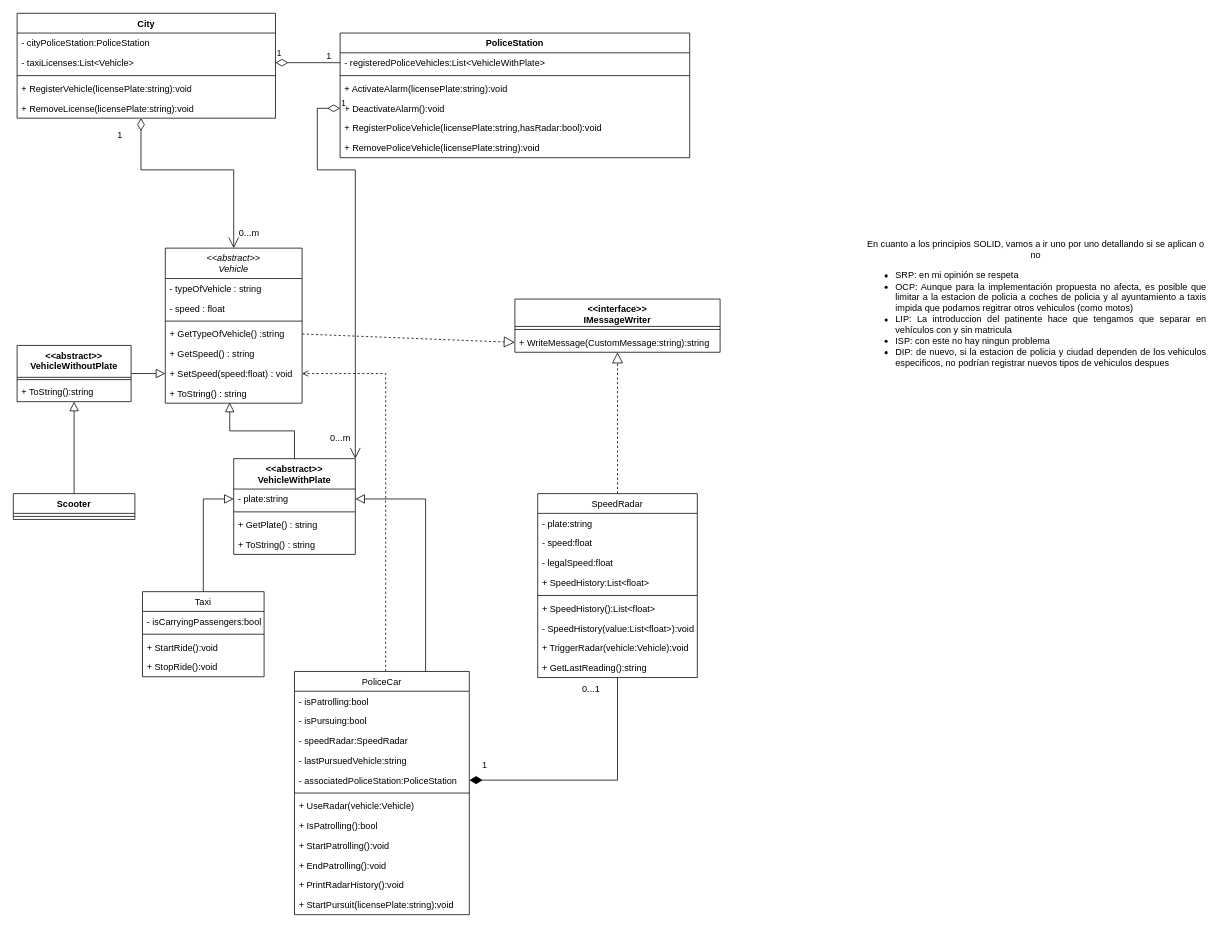
Before: final_diagram.drawio in sjrom47/Programming-Paradigms-and-techniques-L2, a draw.io diagram. Source tidied: cells renumbered, new cells numbered last; positions are measured from the earlier drawing's top-left corner, leaving out a move shared by most shapes. Both pictures are drawn from the tidied source at 76%, with x=0, y=0 at pixel (13, 13).
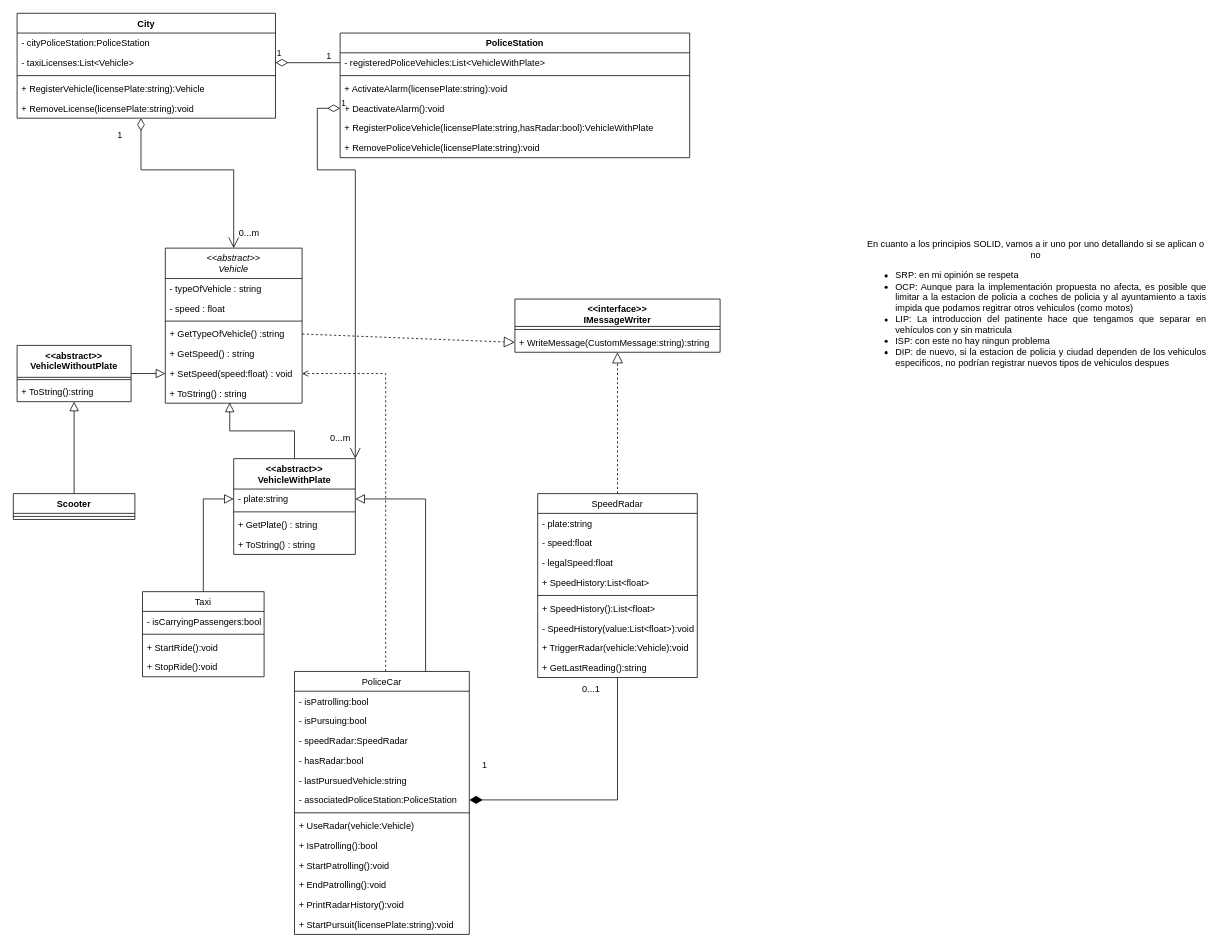
The same page after the edit.

The change refers to these unchanged cells:
```xml
<mxCell id="45" value="PoliceStation" style="swimlane;fontStyle=1;align=center;verticalAlign=top;horizontal=1;startSize=26;whiteSpace=wrap;html=1;" parent="1" vertex="1">
  <mxGeometry x="430" y="26" width="460" height="164" as="geometry" />
</mxCell>
<mxCell id="53" value="City" style="swimlane;fontStyle=1;align=center;verticalAlign=top;horizontal=1;startSize=26;whiteSpace=wrap;html=1;" parent="1" vertex="1">
  <mxGeometry x="5" width="340" height="138" as="geometry" />
</mxCell>
```

Diff of the diagram source:
```diff
@@
     <mxCell id="17" value="PoliceCar" style="swimlane;fontStyle=0;align=center;verticalAlign=top;horizontal=1;startSize=26;rounded=0;shadow=0;strokeWidth=1;" parent="1" vertex="1">
-      <mxGeometry x="370" y="866" width="230" height="320" as="geometry" />
+      <mxGeometry x="370" y="866" width="230" height="346" as="geometry" />
     </mxCell>
@@
+    <mxCell id="83" value="- hasRadar:bool" style="text;align=left;verticalAlign=top;spacingLeft=4;spacingRight=4;overflow=hidden;" parent="17" vertex="1">
+      <mxGeometry y="104" width="230" height="26" as="geometry" />
+    </mxCell>
     <mxCell id="21" value="- lastPursuedVehicle:string" style="text;align=left;verticalAlign=top;spacingLeft=4;spacingRight=4;overflow=hidden;" parent="17" vertex="1">
-      <mxGeometry y="104" width="230" height="26" as="geometry" />
+      <mxGeometry y="130" width="230" height="26" as="geometry" />
     </mxCell>
     <mxCell id="22" value="- associatedPoliceStation:PoliceStation" style="text;align=left;verticalAlign=top;spacingLeft=4;spacingRight=4;overflow=hidden;points=[[0,0.5],[1,0.5]];portConstraint=eastwest;" parent="17" vertex="1">
-      <mxGeometry y="130" width="230" height="26" as="geometry" />
+      <mxGeometry y="156" width="230" height="26" as="geometry" />
     </mxCell>
     <mxCell id="23" style="line;html=1;strokeWidth=1;align=left;verticalAlign=middle;spacingTop=-1;spacingLeft=3;spacingRight=3;labelPosition=right;" parent="17" vertex="1">
-      <mxGeometry y="156" width="230" height="8" as="geometry" />
+      <mxGeometry y="182" width="230" height="8" as="geometry" />
     </mxCell>
     <mxCell id="24" value="+ UseRadar(vehicle:Vehicle)" style="text;align=left;verticalAlign=top;spacingLeft=4;spacingRight=4;overflow=hidden;" parent="17" vertex="1">
-      <mxGeometry y="164" width="230" height="26" as="geometry" />
+      <mxGeometry y="190" width="230" height="26" as="geometry" />
     </mxCell>
     <mxCell id="25" value="+ IsPatrolling():bool" style="text;align=left;verticalAlign=top;spacingLeft=4;spacingRight=4;overflow=hidden;" parent="17" vertex="1">
-      <mxGeometry y="190" width="230" height="26" as="geometry" />
+      <mxGeometry y="216" width="230" height="26" as="geometry" />
     </mxCell>
     <mxCell id="26" value="+ StartPatrolling():void" style="text;align=left;verticalAlign=top;spacingLeft=4;spacingRight=4;overflow=hidden;" parent="17" vertex="1">
-      <mxGeometry y="216" width="230" height="26" as="geometry" />
+      <mxGeometry y="242" width="230" height="26" as="geometry" />
     </mxCell>
     <mxCell id="27" value="+ EndPatrolling():void" style="text;align=left;verticalAlign=top;spacingLeft=4;spacingRight=4;overflow=hidden;" parent="17" vertex="1">
-      <mxGeometry y="242" width="230" height="26" as="geometry" />
+      <mxGeometry y="268" width="230" height="26" as="geometry" />
     </mxCell>
     <mxCell id="28" value="+ PrintRadarHistory():void" style="text;align=left;verticalAlign=top;spacingLeft=4;spacingRight=4;overflow=hidden;" parent="17" vertex="1">
-      <mxGeometry y="268" width="230" height="26" as="geometry" />
+      <mxGeometry y="294" width="230" height="26" as="geometry" />
     </mxCell>
     <mxCell id="29" value="+ StartPursuit(licensePlate:string):void" style="text;align=left;verticalAlign=top;spacingLeft=4;spacingRight=4;overflow=hidden;" parent="17" vertex="1">
-      <mxGeometry y="294" width="230" height="26" as="geometry" />
+      <mxGeometry y="320" width="230" height="26" as="geometry" />
     </mxCell>
@@
-    <mxCell id="50" value="+ RegisterPoliceVehicle(licensePlate:string,hasRadar:bool):void" style="text;strokeColor=none;fillColor=none;align=left;verticalAlign=top;spacingLeft=4;spacingRight=4;overflow=hidden;whiteSpace=wrap;html=1;" parent="45" vertex="1">
+    <mxCell id="50" value="+ RegisterPoliceVehicle(licensePlate:string,hasRadar:bool):VehicleWithPlate" style="text;strokeColor=none;fillColor=none;align=left;verticalAlign=top;spacingLeft=4;spacingRight=4;overflow=hidden;whiteSpace=wrap;html=1;" parent="45" vertex="1">
       <mxGeometry y="112" width="460" height="26" as="geometry" />
     </mxCell>
@@
-    <mxCell id="57" value="+ RegisterVehicle(licensePlate:string):void" style="text;strokeColor=none;fillColor=none;align=left;verticalAlign=top;spacingLeft=4;spacingRight=4;overflow=hidden;whiteSpace=wrap;html=1;" parent="53" vertex="1">
+    <mxCell id="57" value="+ RegisterVehicle(licensePlate:string):Vehicle" style="text;strokeColor=none;fillColor=none;align=left;verticalAlign=top;spacingLeft=4;spacingRight=4;overflow=hidden;whiteSpace=wrap;html=1;" parent="53" vertex="1">
       <mxGeometry y="86" width="340" height="26" as="geometry" />
     </mxCell>
```
